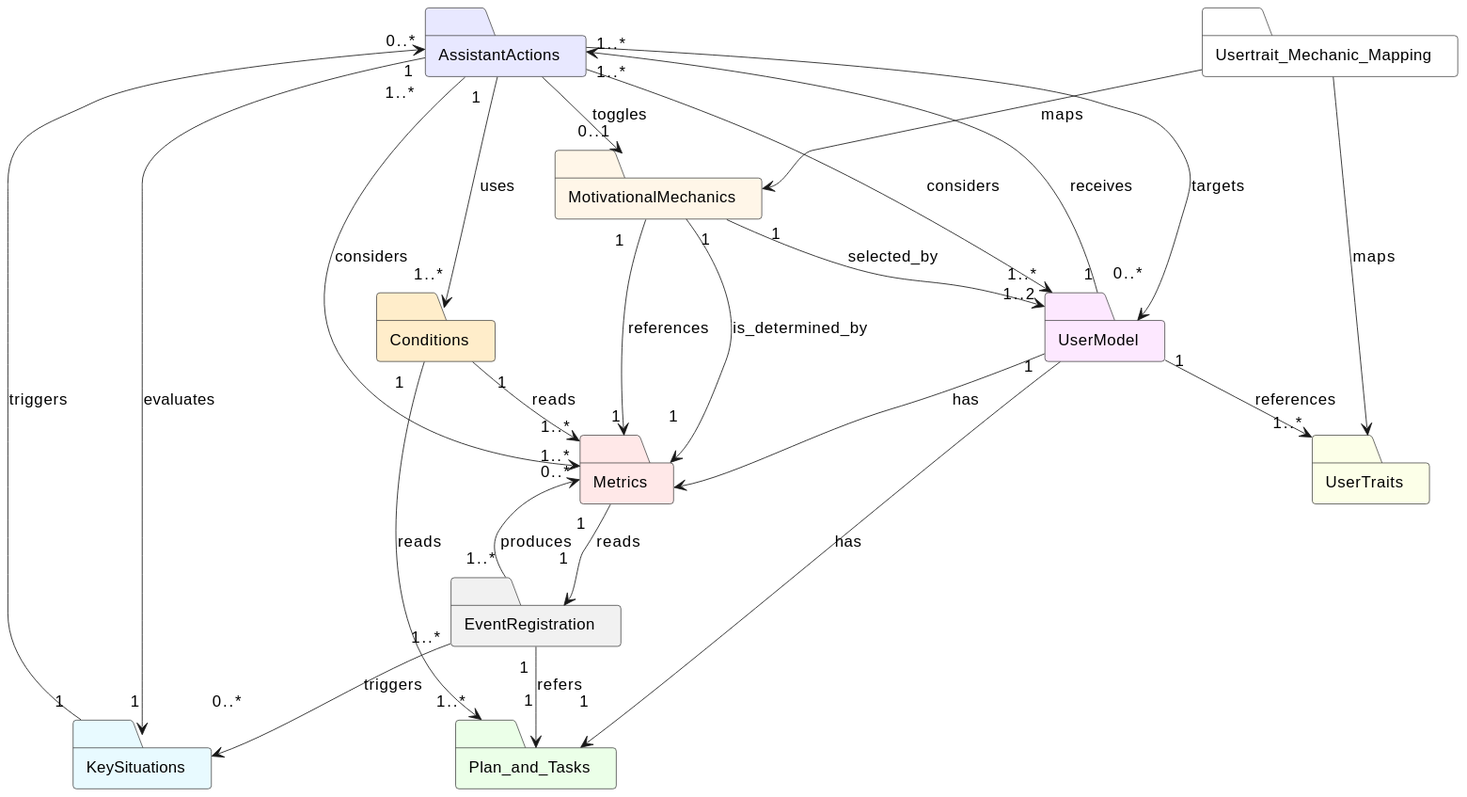
Above: out/UML_HighLevel/master_highlevel/master_highlevel.svg in Maks-stack/ontology (PlantUML), before the change.
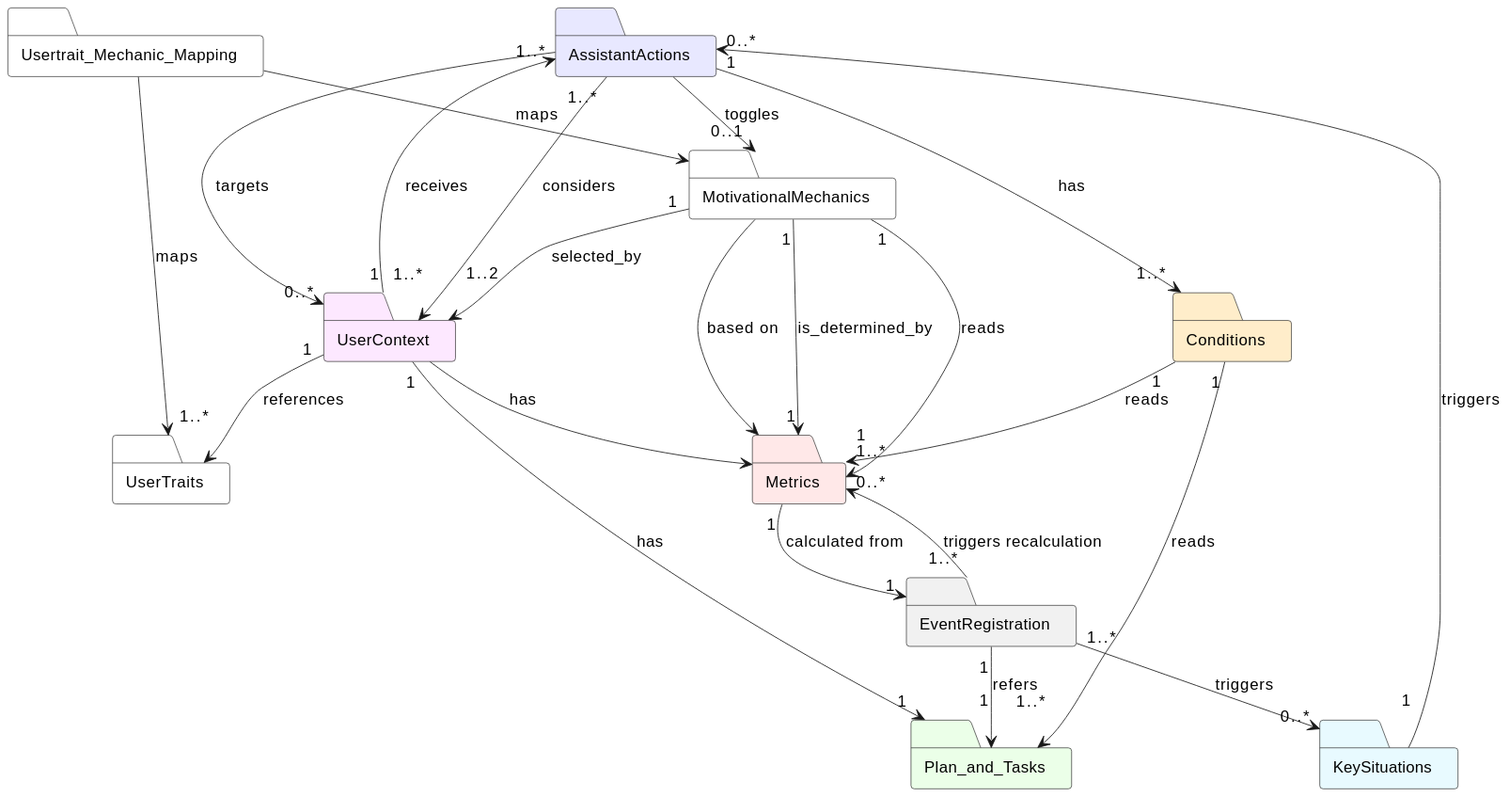
The same diagram one commit later.

The edit, as a diff of the source:
```diff
@@ -18,32 +18,31 @@
 folder "EventRegistration" as EventRegistration <<dynamic>> #f1f1f1
 folder "KeySituations" as KeySituations <<dynamic>> #e8faff
 folder "Metrics" as Metrics <<dynamic>> #ffe8e8
-folder "MotivationalMechanics" as MotivationalMechanics <<static>> #fff6e8
+folder "MotivationalMechanics" as MotivationalMechanics <<static>> #ffffff
 folder "Usertrait_Mechanic_Mapping" as Usertrait_Mechanic_Mapping <<static>> #ffffff
 folder "Plan_and_Tasks" as Plan_and_Tasks <<static>> #ebffe8ff
-folder "UserModel" as UserModel <<dynamic>> #fde8ffff
-folder "UserTraits" as UserTraits <<static>> #fcffe8ff
+folder "UserContext" as UserContext #fde8ffff
+folder "UserTraits" as UserTraits <<static>> #ffffff
 
+AssistantActions --> "0..1" MotivationalMechanics : toggles
 Usertrait_Mechanic_Mapping --> MotivationalMechanics : maps
 Usertrait_Mechanic_Mapping --> UserTraits : maps
-MotivationalMechanics "1" --> "1..2" UserModel : selected_by
-AssistantActions --> "0..1" MotivationalMechanics : toggles
-AssistantActions --> "0..*" UserModel : targets
-AssistantActions "1..*" --> "1..*" Metrics : considers
-AssistantActions "1..*" --> "1..*" UserModel : considers
+MotivationalMechanics "1" --> "1..2" UserContext : selected_by
+AssistantActions --> "0..*" UserContext : targets
+AssistantActions "1..*" --> "1..*" UserContext : considers
 EventRegistration "1..*" --> "0..*" KeySituations : triggers
-EventRegistration "1..*" --> "0..*" Metrics : produces
+EventRegistration "1..*" --> "0..*" Metrics : triggers recalculation
+Metrics "1" --> "1" EventRegistration : calculated from
 KeySituations "1" --> "0..*" AssistantActions : triggers
-UserModel "1" --> "1..*" UserTraits : references
-UserModel "1" --> "1..*" AssistantActions : receives
-UserModel --> Metrics : "has"
-UserModel "1" --> "1" Plan_and_Tasks : "has"
-EventRegistration "1" --> "1" Plan_and_Tasks : "refers"
-Metrics "1" --> "1" EventRegistration : "reads"
-MotivationalMechanics "1" --> "1" Metrics : "is_determined_by"
-MotivationalMechanics "1" --> "1" Metrics : "references"
-AssistantActions "1" --> "1..*" Conditions : uses
-AssistantActions "1" --> "1" KeySituations : evaluates
+UserContext "1" --> "1..*" UserTraits : references
+UserContext "1" --> "1..*" AssistantActions : receives
+UserContext --> Metrics : has
+UserContext "1" --> "1" Plan_and_Tasks : has
+EventRegistration "1" --> "1" Plan_and_Tasks : refers
+MotivationalMechanics "1" --> "1" Metrics : is_determined_by
+MotivationalMechanics "1" --> "1" Metrics : reads
+AssistantActions "1" --> "1..*" Conditions : has
 Conditions "1" --> "1..*" Metrics : reads
 Conditions "1" --> "1..*" Plan_and_Tasks : reads
+MotivationalMechanics --> Metrics : based on
 @enduml
```
